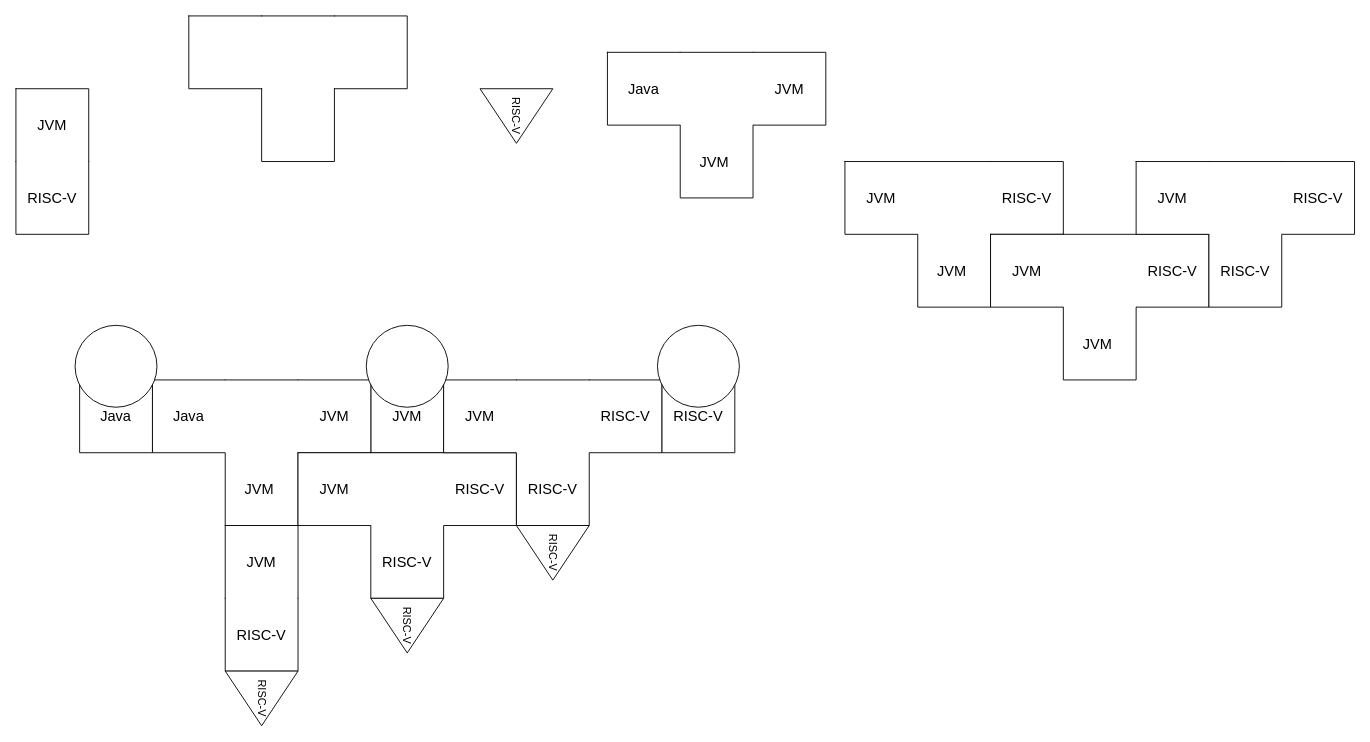
This is Untitled Diagram.drawio from ImitatorOfQueens/Projects, a draw.io file, before an edit. Source tidied: cells renumbered, new cells numbered last; positions are measured from the earlier drawing's top-left corner, leaving out a move shared by most shapes. Both pictures are drawn from the tidied source at 91%, with x=0, y=0 at pixel (15, 15).
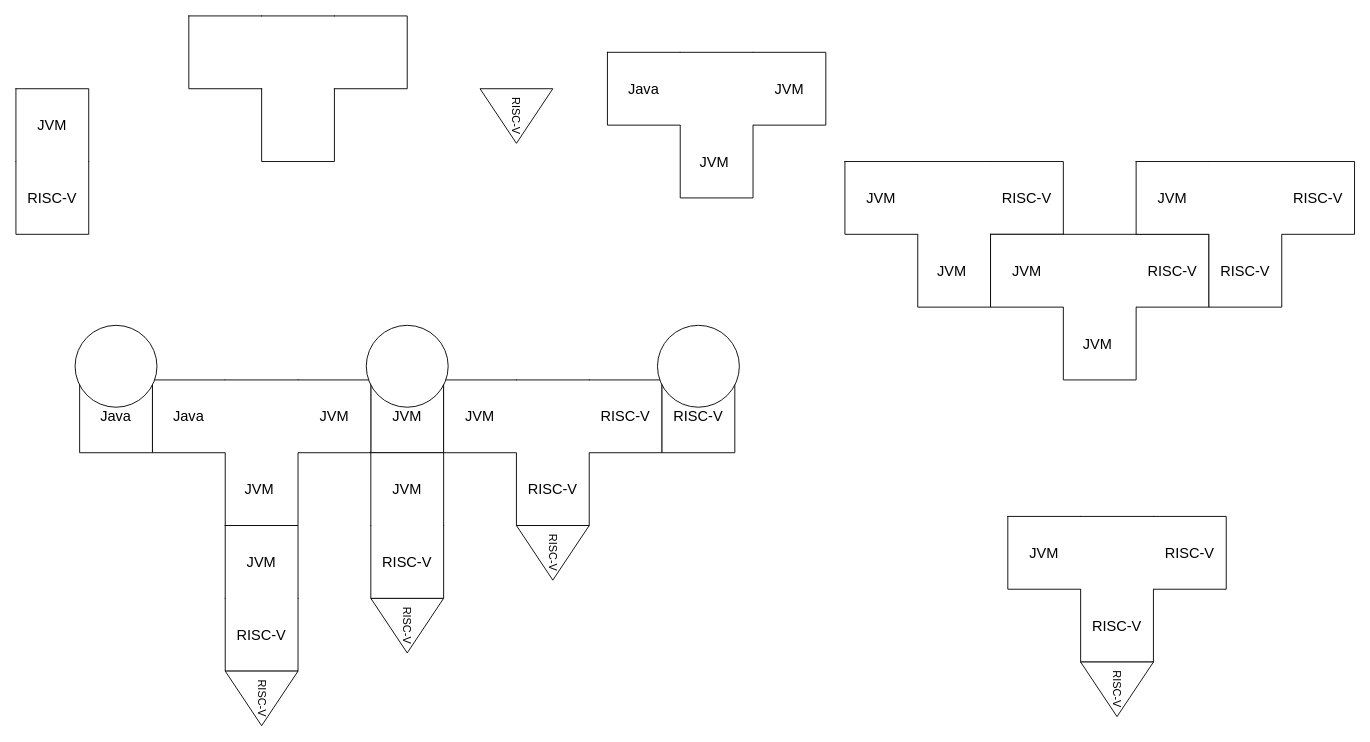
The same page after the edit.

The edit, as a diff of the source:
```diff
@@
     <mxCell id="36" style="group;" parent="1" vertex="1">
-      <mxGeometry x="310" y="480" width="240" height="160" as="geometry" />
+      <mxGeometry x="1090" y="550" width="240" height="160" as="geometry" />
     </mxCell>
@@
     <mxCell id="46" value="RISC-V" style="triangle;whiteSpace=wrap;html=1;rotation=90;" parent="1" vertex="1">
-      <mxGeometry x="400" y="630" width="60" height="80" as="geometry" />
+      <mxGeometry x="1180" y="700" width="60" height="80" as="geometry" />
     </mxCell>
@@
     <mxCell id="55" value="RISC-V" style="triangle;whiteSpace=wrap;html=1;rotation=90;" parent="1" vertex="1">
-      <mxGeometry x="240" y="710" width="60" height="80" as="geometry" />
+      <mxGeometry x="400" y="630" width="60" height="80" as="geometry" />
     </mxCell>
@@
+    <mxCell id="57" style="group;" parent="1" vertex="1">
+      <mxGeometry x="390" y="480" width="80" height="160" as="geometry" />
+    </mxCell>
+    <mxCell id="58" value="RISC-V" style="shape=partialRectangle;whiteSpace=wrap;html=1;bottom=1;right=1;left=1;top=0;routingCenterX=-0.5;fontSize=16;rotation=0;" parent="57" vertex="1">
+      <mxGeometry y="80" width="80" height="80" as="geometry" />
+    </mxCell>
+    <mxCell id="59" value="&lt;font style=&quot;font-size: 16px;&quot;&gt;JVM&lt;/font&gt;" style="shape=partialRectangle;whiteSpace=wrap;html=1;bottom=0;right=1;left=1;top=1;routingCenterX=-0.5;fontFamily=Helvetica;fontSize=12;" parent="57" vertex="1">
+      <mxGeometry width="80" height="80" as="geometry" />
+    </mxCell>
+    <mxCell id="60" value="RISC-V" style="triangle;whiteSpace=wrap;html=1;rotation=90;" parent="1" vertex="1">
+      <mxGeometry x="240" y="710" width="60" height="80" as="geometry" />
+    </mxCell>
```
